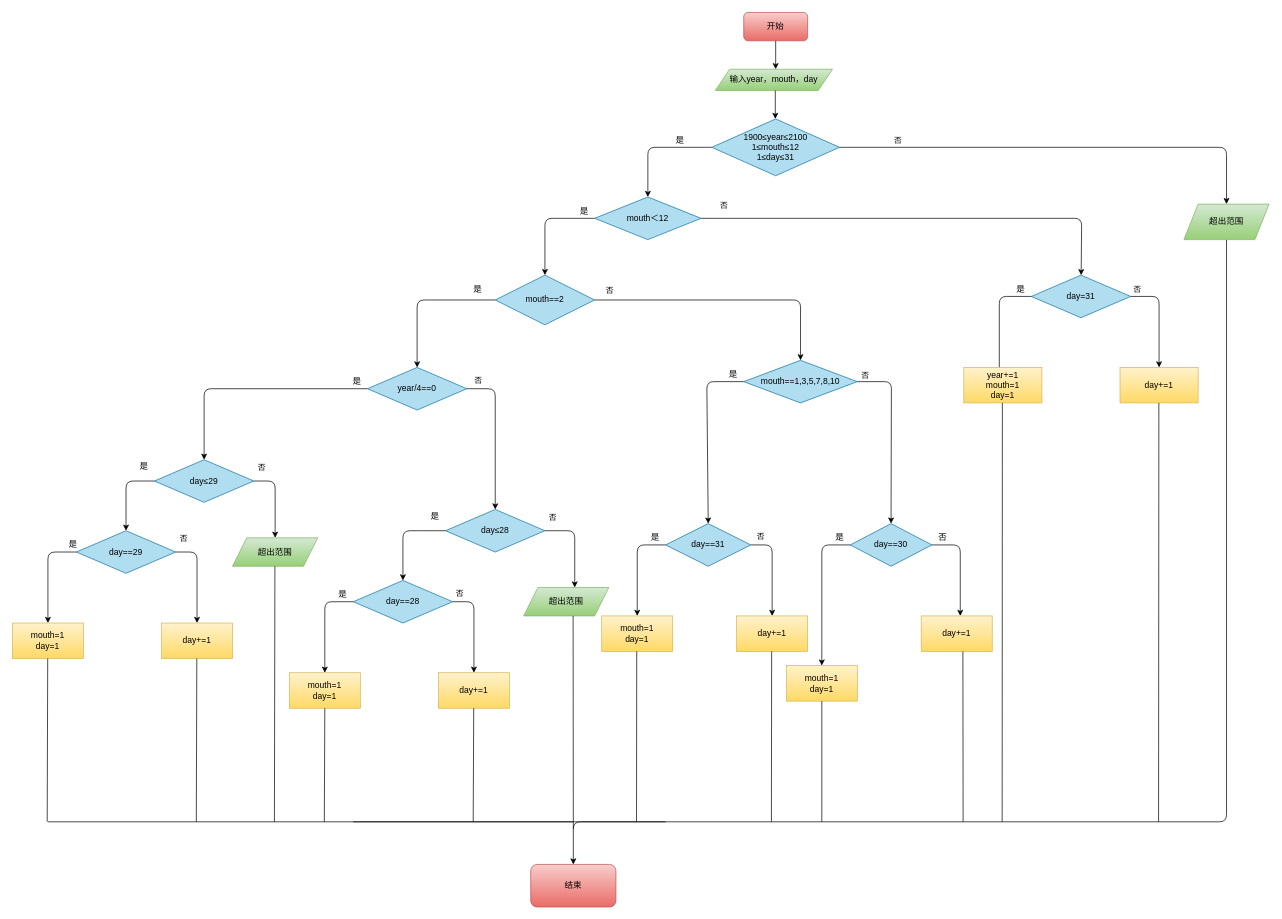
Earlier version of the draw.io diagram HelloGit/src/main/resources/Untitled Diagram.drawio (YUQILove/RepoOne). Source tidied: cells renumbered, new cells numbered last; positions are measured from the earlier drawing's top-left corner, leaving out a move shared by most shapes. Both pictures are drawn from the tidied source at 71%, with x=0, y=0 at pixel (12, 12).
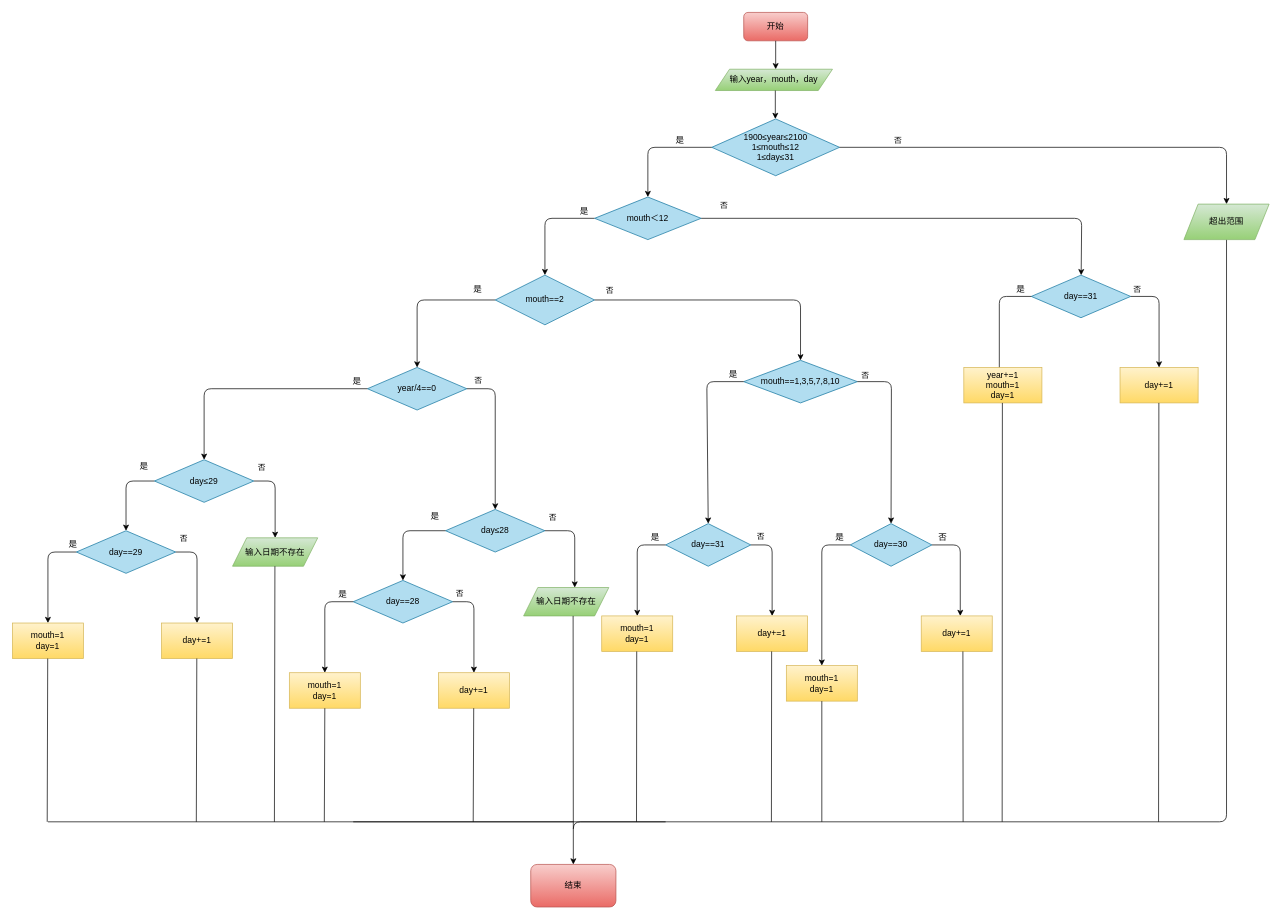
The same diagram, later.

What changed in the source:
```diff
@@
-    <mxCell id="21" value="day=31" style="rhombus;whiteSpace=wrap;html=1;fillColor=#b1ddf0;strokeColor=#10739e;" parent="1" vertex="1">
+    <mxCell id="21" value="day==31" style="rhombus;whiteSpace=wrap;html=1;fillColor=#b1ddf0;strokeColor=#10739e;" parent="1" vertex="1">
       <mxGeometry x="1435" y="370" width="140" height="60" as="geometry" />
     </mxCell>
@@
-    <mxCell id="45" value="超出范围" style="shape=parallelogram;perimeter=parallelogramPerimeter;whiteSpace=wrap;html=1;fixedSize=1;gradientColor=#97d077;fillColor=#d5e8d4;strokeColor=#82b366;" parent="1" vertex="1">
+    <mxCell id="45" value="输入日期不存在" style="shape=parallelogram;perimeter=parallelogramPerimeter;whiteSpace=wrap;html=1;fixedSize=1;gradientColor=#97d077;fillColor=#d5e8d4;strokeColor=#82b366;" parent="1" vertex="1">
       <mxGeometry x="720" y="810" width="120" height="40" as="geometry" />
     </mxCell>
@@
-    <mxCell id="67" value="超出范围" style="shape=parallelogram;perimeter=parallelogramPerimeter;whiteSpace=wrap;html=1;fixedSize=1;gradientColor=#97d077;fillColor=#d5e8d4;strokeColor=#82b366;" parent="1" vertex="1">
+    <mxCell id="67" value="输入日期不存在" style="shape=parallelogram;perimeter=parallelogramPerimeter;whiteSpace=wrap;html=1;fixedSize=1;gradientColor=#97d077;fillColor=#d5e8d4;strokeColor=#82b366;" parent="1" vertex="1">
       <mxGeometry x="310" y="740" width="120" height="40" as="geometry" />
     </mxCell>
```
